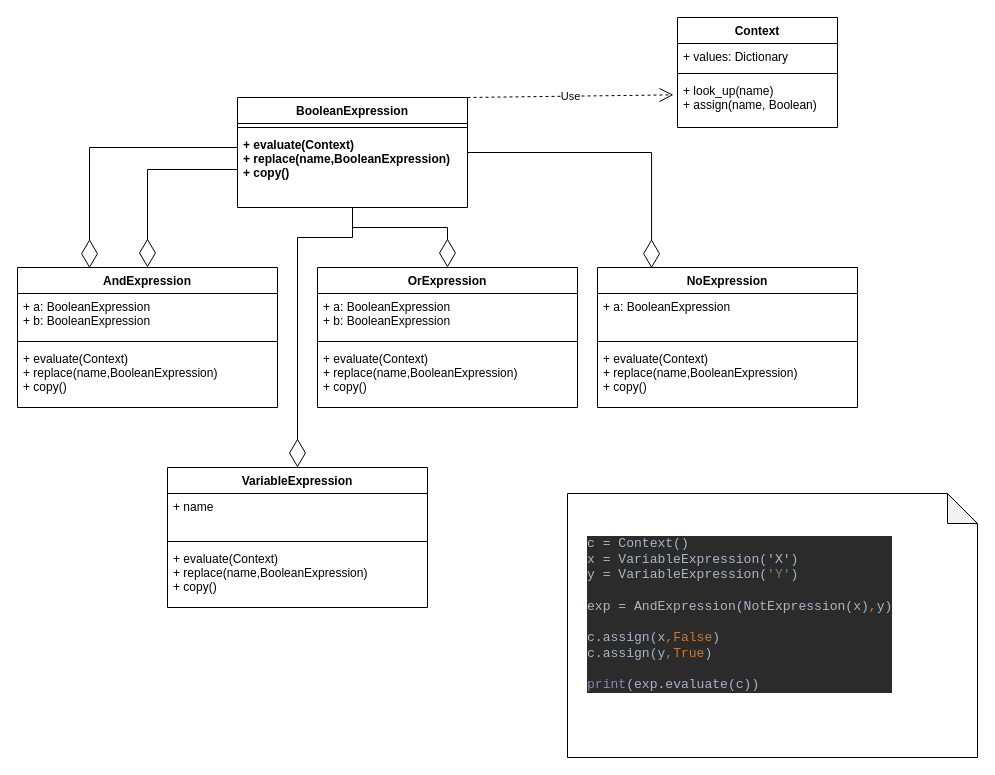
Before: img/interpreter.drawio in ElenaShargina/patterns, a draw.io diagram. Source tidied: cells renumbered, new cells numbered last; positions are measured from the earlier drawing's top-left corner, leaving out a move shared by most shapes. Both pictures are drawn from the tidied source at 100%, with x=0, y=0 at pixel (17, 17).
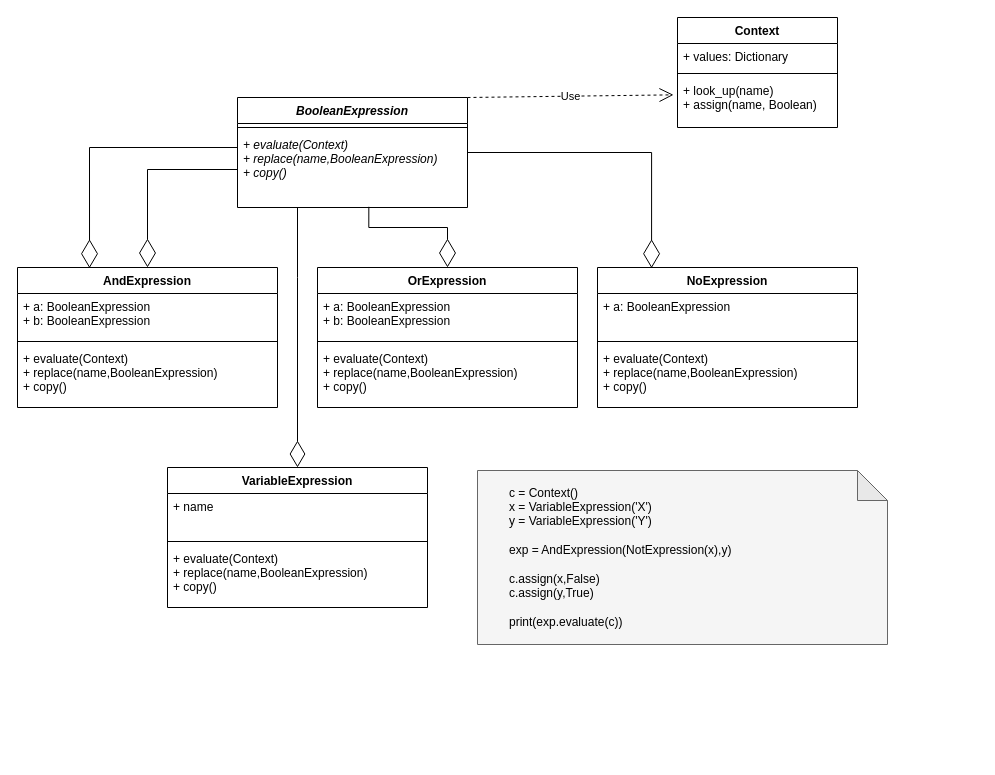
After the change.

The change refers to these unchanged cells:
```xml
<mxCell id="14" value="OrExpression" style="swimlane;fontStyle=1;align=center;verticalAlign=top;horizontal=1;startSize=26;" parent="1" vertex="1">
  <mxGeometry x="300" y="250" width="260" height="140" as="geometry" />
</mxCell>
<mxCell id="27" value="VariableExpression" style="swimlane;fontStyle=1;align=center;verticalAlign=top;horizontal=1;startSize=26;" parent="1" vertex="1">
  <mxGeometry x="150" y="450" width="260" height="140" as="geometry" />
</mxCell>
```

Diff of the diagram source:
```diff
@@
-    <mxCell id="3" style="edgeStyle=orthogonalEdgeStyle;rounded=0;jettySize=auto;html=1;endArrow=diamondThin;endFill=0;endSize=26;" parent="1" edge="1" source="6" target="14">
+    <mxCell id="3" style="edgeStyle=orthogonalEdgeStyle;rounded=0;jettySize=auto;html=1;endArrow=diamondThin;endFill=0;endSize=26;exitX=0.571;exitY=0.991;exitDx=0;exitDy=0;exitPerimeter=0;" parent="1" edge="1" source="8" target="14">
       <mxGeometry relative="1" as="geometry" />
     </mxCell>
@@
-    <mxCell id="5" style="edgeStyle=orthogonalEdgeStyle;rounded=0;jettySize=auto;html=1;endArrow=diamondThin;endFill=0;endSize=26;" parent="1" edge="1" source="8" target="27">
-      <mxGeometry relative="1" as="geometry">
-        <Array as="points">
-          <mxPoint x="335" y="220" />
-          <mxPoint x="280" y="220" />
-        </Array>
-      </mxGeometry>
-    </mxCell>
+    <mxCell id="34" style="edgeStyle=orthogonalEdgeStyle;rounded=0;jettySize=auto;html=1;endArrow=diamondThin;endFill=0;endSize=24;" parent="1" edge="1" source="6" target="27">
+      <mxGeometry relative="1" as="geometry">
+        <Array as="points">
+          <mxPoint x="280" y="260" />
+          <mxPoint x="280" y="260" />
+        </Array>
+      </mxGeometry>
+    </mxCell>
-    <mxCell id="6" value="BooleanExpression" style="swimlane;fontStyle=1;align=center;verticalAlign=top;horizontal=1;startSize=26;" parent="1" vertex="1">
+    <mxCell id="6" value="BooleanExpression" style="swimlane;fontStyle=3;align=center;verticalAlign=top;horizontal=1;startSize=26;" parent="1" vertex="1">
       <mxGeometry x="220" y="80" width="230" height="110" as="geometry" />
     </mxCell>
@@
-    <mxCell id="8" value="+ evaluate(Context)&#10;+ replace(name,BooleanExpression)&#10;+ copy()" style="text;strokeColor=none;fillColor=none;align=left;verticalAlign=top;spacingLeft=4;spacingRight=4;overflow=hidden;points=[[0,0.5],[1,0.5]];portConstraint=eastwest;fontStyle=1;" parent="6" vertex="1">
+    <mxCell id="8" value="+ evaluate(Context)&#10;+ replace(name,BooleanExpression)&#10;+ copy()" style="text;strokeColor=none;fillColor=none;align=left;verticalAlign=top;spacingLeft=4;spacingRight=4;overflow=hidden;points=[[0,0.5],[1,0.5]];portConstraint=eastwest;fontStyle=2;" parent="6" vertex="1">
       <mxGeometry y="34" width="230" height="76" as="geometry" />
     </mxCell>
@@
-    <mxCell id="31" style="group;" parent="1" vertex="1">
-      <mxGeometry x="550" y="476" width="410" height="264" as="geometry" />
-    </mxCell>
-    <mxCell id="32" style="shape=note;whiteSpace=wrap;html=1;backgroundOutline=1;darkOpacity=0.05;" parent="31" vertex="1">
-      <mxGeometry width="410" height="264" as="geometry" />
+    <mxCell id="32" style="shape=note;whiteSpace=wrap;html=1;backgroundOutline=1;darkOpacity=0.05;fillColor=#f5f5f5;fontColor=#333333;strokeColor=#666666;" parent="1" vertex="1">
+      <mxGeometry x="460" y="453" width="410" height="174" as="geometry" />
     </mxCell>
-    <mxCell id="33" value="&lt;pre style=&quot;background-color:#2b2b2b;color:#a9b7c6;font-family:'JetBrains Mono',monospace;font-size:9.8pt;&quot;&gt;c = Context()&lt;br&gt;x = VariableExpression('X')&lt;br&gt;y = VariableExpression(&lt;span style=&quot;color:#6a8759;&quot;&gt;'Y'&lt;/span&gt;)&lt;br&gt;&lt;br&gt;exp = AndExpression(NotExpression(x)&lt;span style=&quot;color:#cc7832;&quot;&gt;,&lt;/span&gt;y)&lt;br&gt;&lt;br&gt;c.assign(x&lt;span style=&quot;color:#cc7832;&quot;&gt;,False&lt;/span&gt;)&lt;br&gt;c.assign(y&lt;span style=&quot;color:#cc7832;&quot;&gt;,True&lt;/span&gt;)&lt;br&gt;&lt;br&gt;&lt;span style=&quot;color:#8888c6;&quot;&gt;print&lt;/span&gt;(exp.evaluate(c))&lt;/pre&gt;" style="text;html=1;strokeColor=none;fillColor=none;align=left;verticalAlign=middle;whiteSpace=wrap;rounded=0;" parent="31" vertex="1">
-      <mxGeometry x="17.8" y="26.4" width="320.9" height="190.1" as="geometry" />
-    </mxCell>
+    <mxCell id="35" value="c = Context()&lt;br&gt;x = VariableExpression('X')&lt;br&gt;y = VariableExpression('Y')&lt;br&gt;&lt;br&gt;exp = AndExpression(NotExpression(x),y)&lt;br&gt;&lt;br&gt;c.assign(x,False)&lt;br&gt;c.assign(y,True)&lt;br&gt;&lt;br&gt;print(exp.evaluate(c))" style="text;html=1;strokeColor=none;fillColor=none;align=left;verticalAlign=middle;whiteSpace=wrap;rounded=0;" parent="1" vertex="1">
+      <mxGeometry x="490" y="420" width="280" height="240" as="geometry" />
+    </mxCell>
```
